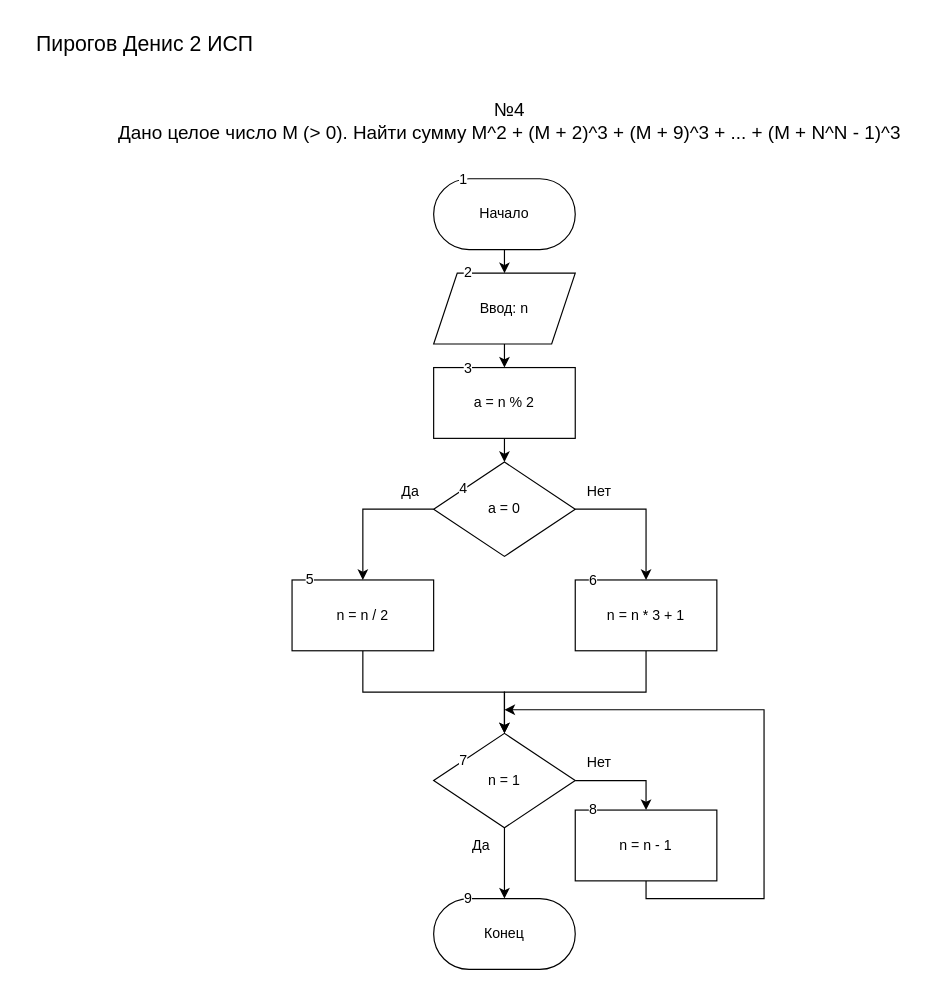
Above: page "вариант 2 задание 4" (2 of 6) of pr2 and pr3/pr3.drawio in DeFis33/pr (draw.io), before the change. Source tidied: cells renumbered, new cells numbered last; positions are measured from the earlier drawing's top-left corner, leaving out a move shared by most shapes. Both pictures are drawn from the tidied source at 118%, with x=0, y=0 at pixel (20, 20).
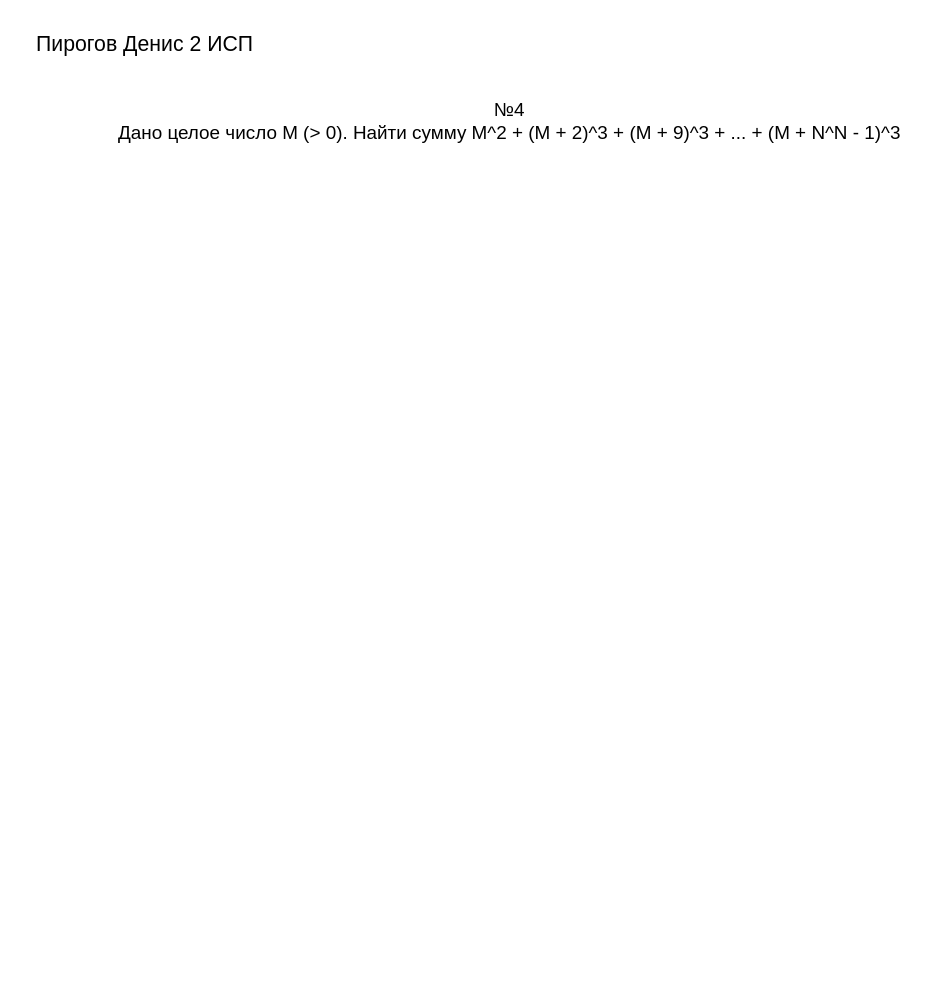
Above is the later version.

Diff of the diagram source:
```diff
@@
-    <mxCell id="2" style="edgeStyle=orthogonalEdgeStyle;rounded=0;jettySize=auto;html=1;exitX=0.5;exitY=1;exitDx=0;exitDy=0;entryX=0.5;entryY=0;entryDx=0;entryDy=0;" parent="1" edge="1" source="3" target="6">
-      <mxGeometry relative="1" as="geometry" />
-    </mxCell>
-    <mxCell id="3" value="Начало" style="rounded=1;whiteSpace=wrap;html=1;arcSize=50;" parent="1" vertex="1">
-      <mxGeometry x="350" y="134" width="120" height="60" as="geometry" />
-    </mxCell>
-    <mxCell id="4" value="Конец" style="rounded=1;whiteSpace=wrap;html=1;arcSize=50;" parent="1" vertex="1">
-      <mxGeometry x="350" y="744" width="120" height="60" as="geometry" />
-    </mxCell>
-    <mxCell id="5" style="edgeStyle=orthogonalEdgeStyle;rounded=0;jettySize=auto;html=1;exitX=0.5;exitY=1;exitDx=0;exitDy=0;entryX=0.5;entryY=0;entryDx=0;entryDy=0;" parent="1" edge="1" source="6" target="8">
-      <mxGeometry relative="1" as="geometry" />
-    </mxCell>
-    <mxCell id="6" value="Ввод: n" style="shape=parallelogram;perimeter=parallelogramPerimeter;whiteSpace=wrap;html=1;fixedSize=1;" parent="1" vertex="1">
-      <mxGeometry x="350" y="214" width="120" height="60" as="geometry" />
-    </mxCell>
-    <mxCell id="7" style="edgeStyle=orthogonalEdgeStyle;rounded=0;jettySize=auto;html=1;exitX=0.5;exitY=1;exitDx=0;exitDy=0;entryX=0.5;entryY=0;entryDx=0;entryDy=0;" parent="1" edge="1" source="8" target="11">
-      <mxGeometry relative="1" as="geometry" />
-    </mxCell>
-    <mxCell id="8" value="a = n % 2" style="rounded=0;whiteSpace=wrap;html=1;" parent="1" vertex="1">
-      <mxGeometry x="350" y="294" width="120" height="60" as="geometry" />
-    </mxCell>
-    <mxCell id="9" style="edgeStyle=orthogonalEdgeStyle;rounded=0;jettySize=auto;html=1;exitX=0;exitY=0.5;exitDx=0;exitDy=0;entryX=0.5;entryY=0;entryDx=0;entryDy=0;" parent="1" edge="1" source="11" target="13">
-      <mxGeometry relative="1" as="geometry" />
-    </mxCell>
-    <mxCell id="10" style="edgeStyle=orthogonalEdgeStyle;rounded=0;jettySize=auto;html=1;exitX=1;exitY=0.5;exitDx=0;exitDy=0;entryX=0.5;entryY=0;entryDx=0;entryDy=0;" parent="1" edge="1" source="11" target="15">
-      <mxGeometry relative="1" as="geometry" />
-    </mxCell>
-    <mxCell id="11" value="a = 0" style="rhombus;whiteSpace=wrap;html=1;" parent="1" vertex="1">
-      <mxGeometry x="350" y="374" width="120" height="80" as="geometry" />
-    </mxCell>
-    <mxCell id="12" style="edgeStyle=orthogonalEdgeStyle;rounded=0;jettySize=auto;html=1;exitX=0.5;exitY=1;exitDx=0;exitDy=0;entryX=0.5;entryY=0;entryDx=0;entryDy=0;" parent="1" edge="1" source="13" target="18">
-      <mxGeometry relative="1" as="geometry" />
-    </mxCell>
-    <mxCell id="13" value="n = n / 2" style="rounded=0;whiteSpace=wrap;html=1;" parent="1" vertex="1">
-      <mxGeometry x="230" y="474" width="120" height="60" as="geometry" />
-    </mxCell>
-    <mxCell id="14" style="edgeStyle=orthogonalEdgeStyle;rounded=0;jettySize=auto;html=1;exitX=0.5;exitY=1;exitDx=0;exitDy=0;entryX=0.5;entryY=0;entryDx=0;entryDy=0;" parent="1" edge="1" source="15" target="18">
-      <mxGeometry relative="1" as="geometry" />
-    </mxCell>
-    <mxCell id="15" value="n = n * 3 + 1" style="rounded=0;whiteSpace=wrap;html=1;" parent="1" vertex="1">
-      <mxGeometry x="470" y="474" width="120" height="60" as="geometry" />
-    </mxCell>
-    <mxCell id="16" style="edgeStyle=orthogonalEdgeStyle;rounded=0;jettySize=auto;html=1;exitX=1;exitY=0.5;exitDx=0;exitDy=0;entryX=0.5;entryY=0;entryDx=0;entryDy=0;" parent="1" edge="1" source="18" target="20">
-      <mxGeometry relative="1" as="geometry" />
-    </mxCell>
-    <mxCell id="17" style="edgeStyle=orthogonalEdgeStyle;rounded=0;jettySize=auto;html=1;exitX=0.5;exitY=1;exitDx=0;exitDy=0;entryX=0.5;entryY=0;entryDx=0;entryDy=0;" parent="1" edge="1" source="18" target="4">
-      <mxGeometry relative="1" as="geometry" />
-    </mxCell>
-    <mxCell id="18" value="n = 1" style="rhombus;whiteSpace=wrap;html=1;" parent="1" vertex="1">
-      <mxGeometry x="350" y="604" width="120" height="80" as="geometry" />
-    </mxCell>
-    <mxCell id="19" style="edgeStyle=orthogonalEdgeStyle;rounded=0;jettySize=auto;html=1;exitX=0.5;exitY=1;exitDx=0;exitDy=0;" parent="1" edge="1" source="20">
-      <mxGeometry relative="1" as="geometry">
-        <mxPoint x="410" y="584" as="targetPoint" />
-        <Array as="points">
-          <mxPoint x="530" y="744" />
-          <mxPoint x="630" y="744" />
-          <mxPoint x="630" y="584" />
-        </Array>
-      </mxGeometry>
-    </mxCell>
-    <mxCell id="20" value="n = n - 1" style="rounded=0;whiteSpace=wrap;html=1;" parent="1" vertex="1">
-      <mxGeometry x="470" y="669" width="120" height="60" as="geometry" />
-    </mxCell>
-    <mxCell id="21" value="Да" style="text;html=1;align=center;verticalAlign=middle;strokeColor=none;fillColor=none;" parent="1" vertex="1">
-      <mxGeometry x="370" y="684" width="40" height="30" as="geometry" />
-    </mxCell>
-    <mxCell id="22" value="Да" style="text;html=1;align=center;verticalAlign=middle;strokeColor=none;fillColor=none;" parent="1" vertex="1">
-      <mxGeometry x="310" y="384" width="40" height="30" as="geometry" />
-    </mxCell>
-    <mxCell id="23" value="Нет" style="text;html=1;align=center;verticalAlign=middle;strokeColor=none;fillColor=none;" parent="1" vertex="1">
-      <mxGeometry x="470" y="384" width="40" height="30" as="geometry" />
-    </mxCell>
-    <mxCell id="24" value="Нет" style="text;html=1;align=center;verticalAlign=middle;strokeColor=none;fillColor=none;" parent="1" vertex="1">
-      <mxGeometry x="470" y="614" width="40" height="30" as="geometry" />
-    </mxCell>
-    <mxCell id="25" value="1" style="text;html=1;align=center;verticalAlign=middle;strokeColor=none;fillColor=none;labelBackgroundColor=default;" parent="1" vertex="1">
-      <mxGeometry x="360" y="120" width="30" height="30" as="geometry" />
-    </mxCell>
-    <mxCell id="26" value="2" style="text;html=1;align=center;verticalAlign=middle;strokeColor=none;fillColor=none;labelBackgroundColor=default;" parent="1" vertex="1">
-      <mxGeometry x="364" y="199" width="30" height="30" as="geometry" />
-    </mxCell>
-    <mxCell id="27" value="3" style="text;html=1;align=center;verticalAlign=middle;strokeColor=none;fillColor=none;labelBackgroundColor=default;" parent="1" vertex="1">
-      <mxGeometry x="364" y="280" width="30" height="30" as="geometry" />
-    </mxCell>
-    <mxCell id="28" value="4" style="text;html=1;align=center;verticalAlign=middle;strokeColor=none;fillColor=none;labelBackgroundColor=default;" parent="1" vertex="1">
-      <mxGeometry x="360" y="382" width="30" height="30" as="geometry" />
-    </mxCell>
-    <mxCell id="29" value="5" style="text;html=1;align=center;verticalAlign=middle;strokeColor=none;fillColor=none;labelBackgroundColor=default;" parent="1" vertex="1">
-      <mxGeometry x="230" y="459" width="30" height="30" as="geometry" />
-    </mxCell>
-    <mxCell id="30" value="6" style="text;html=1;align=center;verticalAlign=middle;strokeColor=none;fillColor=none;labelBackgroundColor=default;" parent="1" vertex="1">
-      <mxGeometry x="470" y="460" width="30" height="30" as="geometry" />
-    </mxCell>
-    <mxCell id="31" value="7" style="text;html=1;align=center;verticalAlign=middle;strokeColor=none;fillColor=none;labelBackgroundColor=default;" parent="1" vertex="1">
-      <mxGeometry x="360" y="612" width="30" height="30" as="geometry" />
-    </mxCell>
-    <mxCell id="32" value="8" style="text;html=1;align=center;verticalAlign=middle;strokeColor=none;fillColor=none;labelBackgroundColor=default;" parent="1" vertex="1">
-      <mxGeometry x="470" y="654" width="30" height="30" as="geometry" />
-    </mxCell>
-    <mxCell id="33" value="9" style="text;html=1;align=center;verticalAlign=middle;strokeColor=none;fillColor=none;labelBackgroundColor=default;" parent="1" vertex="1">
-      <mxGeometry x="364" y="729" width="30" height="30" as="geometry" />
-    </mxCell>
```
